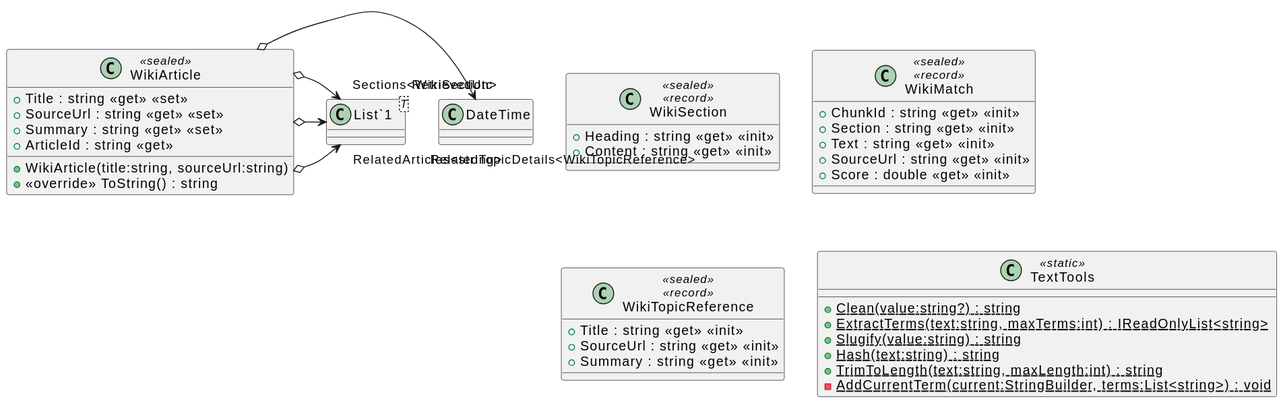
Before: uml/WikiGraph.Api/Application/Models/WikipediaModels.svg, a diagram exported from PlantUML (Tirth-Thakkar/WikiGraph).
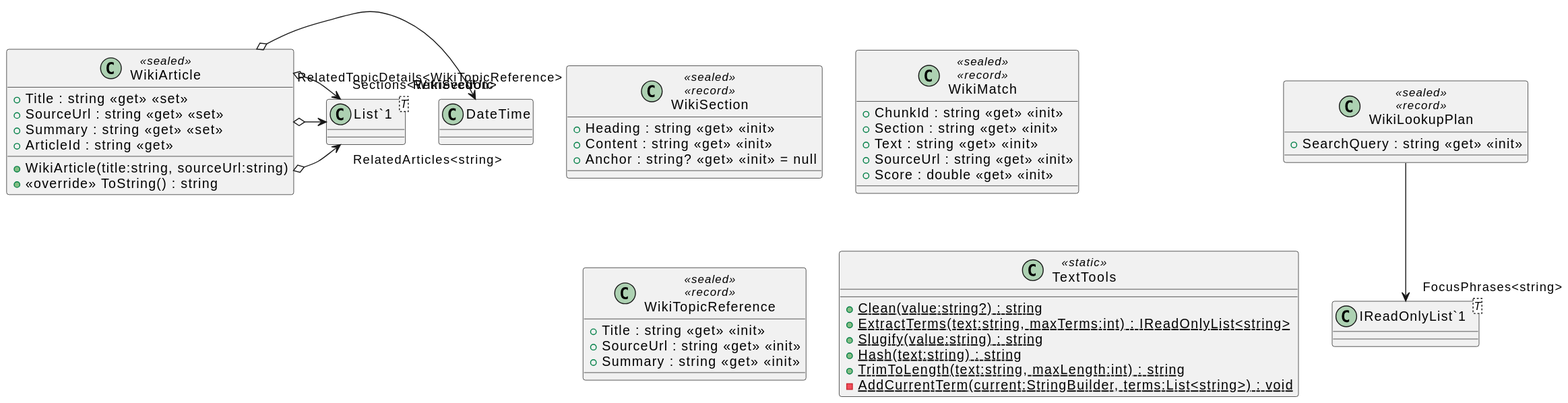
The same file after the commit.

What changed in the source:
```diff
@@ -2,6 +2,7 @@
 class WikiSection <<sealed>> <<record>> {
     + Heading : string <<get>> <<init>>
     + Content : string <<get>> <<init>>
+    + Anchor : string? <<get>> <<init>> = null
 }
 class WikiMatch <<sealed>> <<record>> {
     + ChunkId : string <<get>> <<init>>
@@ -14,6 +15,9 @@
     + Title : string <<get>> <<init>>
     + SourceUrl : string <<get>> <<init>>
     + Summary : string <<get>> <<init>>
+}
+class WikiLookupPlan <<sealed>> <<record>> {
+    + SearchQuery : string <<get>> <<init>>
 }
 class WikiArticle <<sealed>> {
     + WikiArticle(title:string, sourceUrl:string)
@@ -31,8 +35,11 @@
     + {static} TrimToLength(text:string, maxLength:int) : string
     - {static} AddCurrentTerm(current:StringBuilder, terms:List<string>) : void
 }
+class "IReadOnlyList`1"<T> {
+}
 class "List`1"<T> {
 }
+WikiLookupPlan --> "FocusPhrases<string>" "IReadOnlyList`1"
 WikiArticle o-> "RetrievedUtc" DateTime
 WikiArticle o-> "RelatedArticles<string>" "List`1"
 WikiArticle o-> "RelatedTopicDetails<WikiTopicReference>" "List`1"
```
